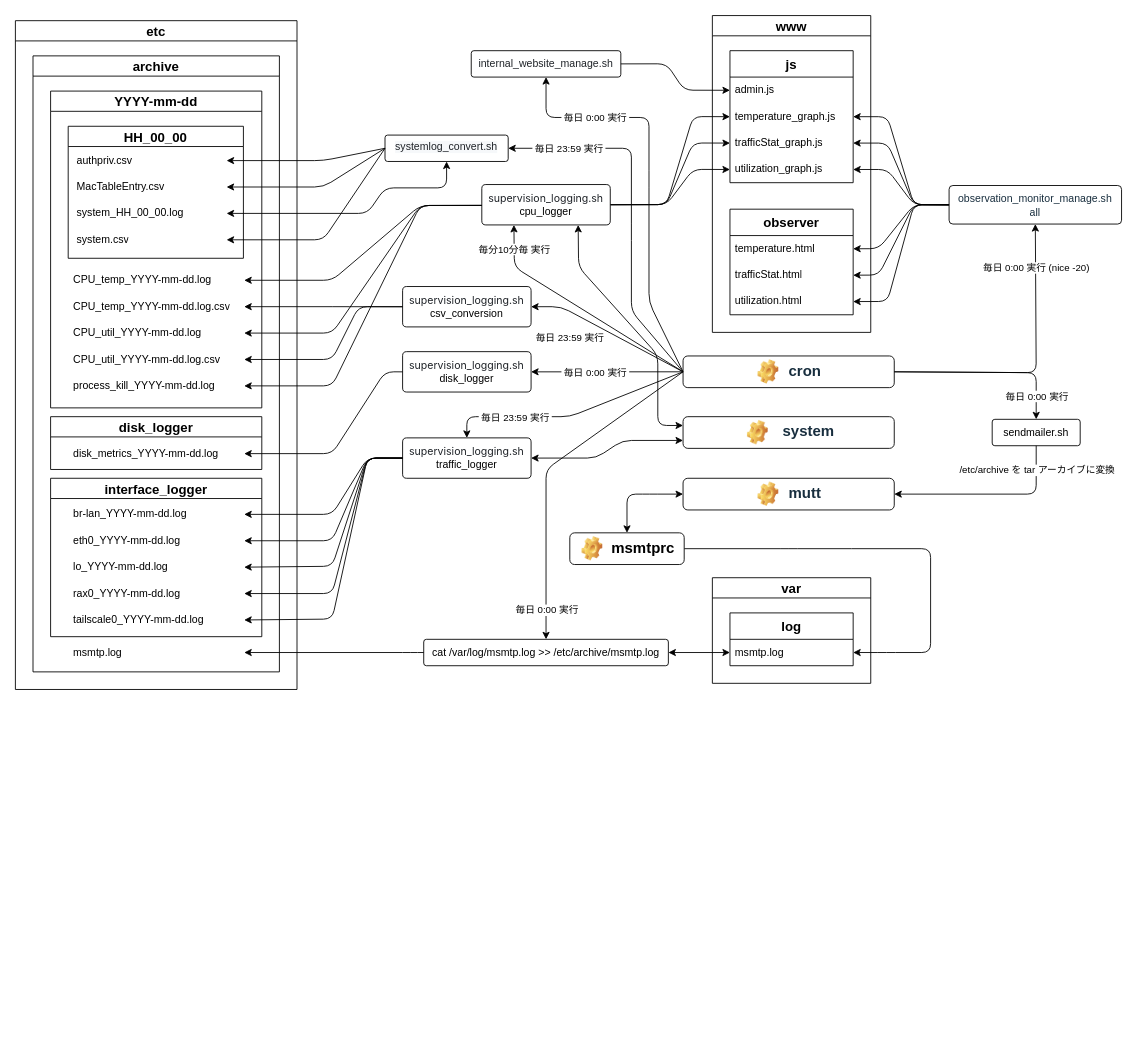
The draw.io diagram ネットワーク構成図/GL-MT3000 cronジョブ実行プロセス.drawio in virtualitypage/draw.io, before the edit. Source tidied: cells renumbered, new cells numbered last; positions are measured from the earlier drawing's top-left corner, leaving out a move shared by most shapes. Both pictures are drawn from the tidied source at 88%, with x=0, y=0 at pixel (15, 15).
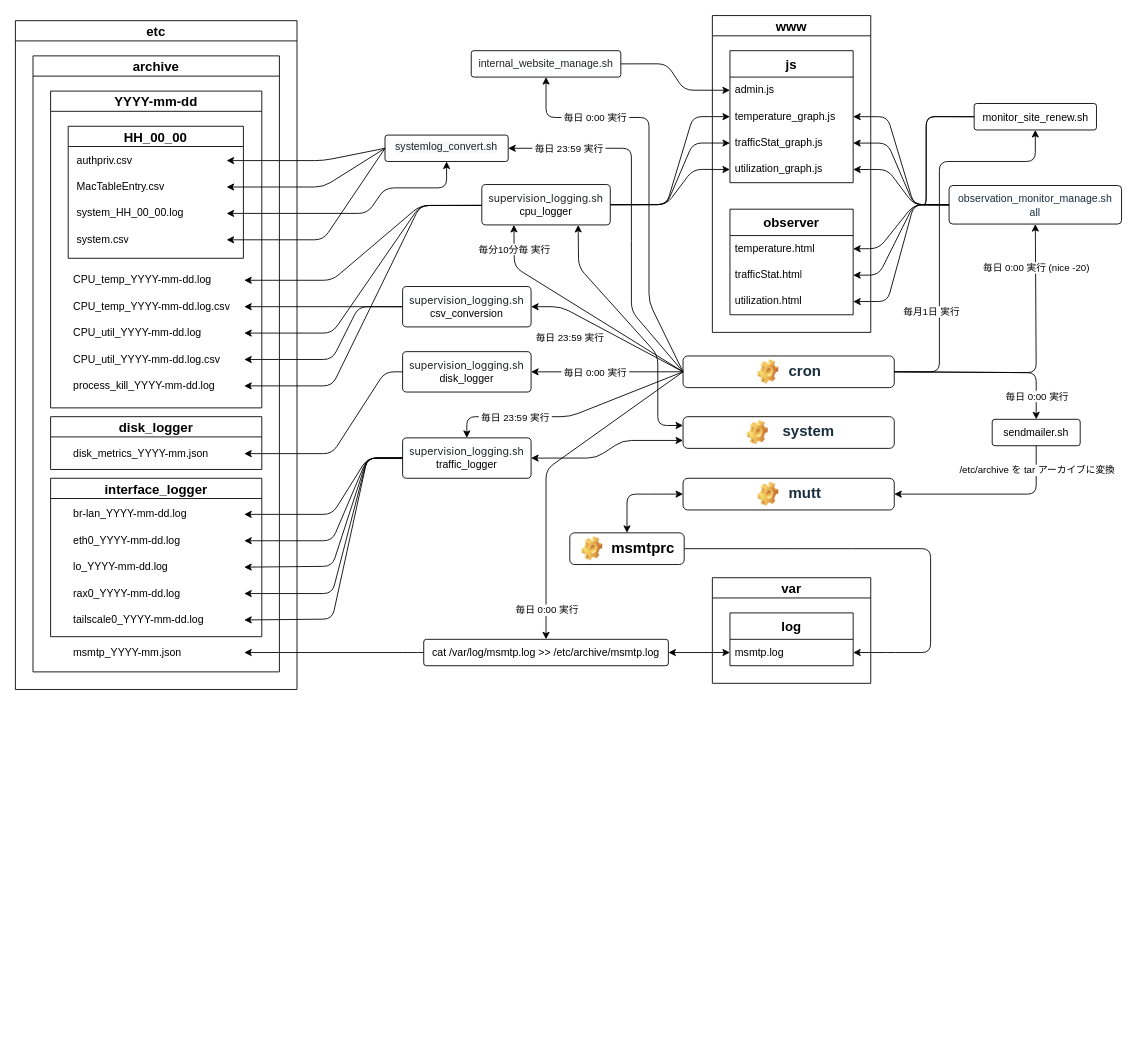
The same diagram, later.

Commit message:
GL-MT3000 cronジョブ実行プロセス.drawio を更新

The change refers to these unchanged cells:
```xml
<mxCell id="24" style="rounded=1;whiteSpace=wrap;html=1;" parent="23" vertex="1">
  <mxGeometry x="-1.3" width="240" height="36" as="geometry" />
</mxCell>
<mxCell id="43" style="group;fillColor=default;" parent="1" vertex="1">
  <mxGeometry y="6" width="320" height="760" as="geometry" />
</mxCell>
```

Change to the diagram source:
```diff
@@
-    <mxCell id="59" value="disk_metrics_YYYY-mm-dd.log" style="text;strokeColor=none;fillColor=none;align=left;verticalAlign=middle;spacingLeft=4;spacingRight=4;overflow=hidden;points=[[0,0.5],[1,0.5]];portConstraint=eastwest;whiteSpace=wrap;html=1;" parent="43" vertex="1">
+    <mxCell id="59" value="disk_metrics_YYYY-mm.json" style="text;strokeColor=none;fillColor=none;align=left;verticalAlign=middle;spacingLeft=4;spacingRight=4;overflow=hidden;points=[[0,0.5],[1,0.5]];portConstraint=eastwest;whiteSpace=wrap;html=1;" parent="43" vertex="1">
       <mxGeometry x="60" y="477" width="200" height="30" as="geometry" />
     </mxCell>
@@
-    <mxCell id="66" value="msmtp.log" style="text;strokeColor=none;fillColor=none;align=left;verticalAlign=middle;spacingLeft=4;spacingRight=4;overflow=hidden;points=[[0,0.5],[1,0.5]];portConstraint=eastwest;whiteSpace=wrap;html=1;" parent="43" vertex="1">
+    <mxCell id="66" value="msmtp_YYYY-mm.json" style="text;strokeColor=none;fillColor=none;align=left;verticalAlign=middle;spacingLeft=4;spacingRight=4;overflow=hidden;points=[[0,0.5],[1,0.5]];portConstraint=eastwest;whiteSpace=wrap;html=1;" parent="43" vertex="1">
       <mxGeometry x="60" y="703" width="200" height="30" as="geometry" />
     </mxCell>
@@
+    <mxCell id="117" value="monitor_site_renew.sh" style="rounded=1;arcSize=10;whiteSpace=wrap;html=1;align=center;spacingBottom=-2;spacingTop=0;fillColor=default;strokeColor=#000000;verticalAlign=middle;horizontal=1;spacing=2;" parent="1" vertex="1">
+      <mxGeometry x="1089.5" y="100.1" width="139" height="30.1" as="geometry" />
+    </mxCell>
+    <mxCell id="118" style="endArrow=classic;html=1;rounded=1;curved=0;entryX=0.5;entryY=1;entryDx=0;entryDy=0;exitX=1;exitY=0.5;exitDx=0;exitDy=0;" parent="1" edge="1" source="24" target="117">
+      <mxGeometry relative="1" as="geometry">
+        <Array as="points">
+          <mxPoint x="1050" y="405" />
+          <mxPoint x="1050" y="166" />
+          <mxPoint x="1159" y="166" />
+        </Array>
+      </mxGeometry>
+    </mxCell>
+    <mxCell id="119" value="毎月1日 実行" style="edgeLabel;html=1;align=center;verticalAlign=middle;" parent="1" vertex="1">
+      <mxGeometry x="1040" y="336" as="geometry" />
+    </mxCell>
+    <mxCell id="120" style="endArrow=none;html=1;rounded=1;curved=0;entryX=0;entryY=0.5;entryDx=0;entryDy=0;startArrow=none;startFill=0;endFill=0;" parent="1" edge="1" target="117">
+      <mxGeometry relative="1" as="geometry">
+        <mxPoint x="1030" y="215" as="sourcePoint" />
+        <Array as="points">
+          <mxPoint x="1035" y="215" />
+          <mxPoint x="1035" y="115" />
+        </Array>
+      </mxGeometry>
+    </mxCell>
+    <mxCell id="121" style="endArrow=none;html=1;rounded=1;curved=0;entryX=0;entryY=0.5;entryDx=0;entryDy=0;startArrow=none;startFill=0;endFill=0;" parent="1" edge="1" target="117">
+      <mxGeometry relative="1" as="geometry">
+        <mxPoint x="1022" y="213" as="sourcePoint" />
+        <Array as="points">
+          <mxPoint x="1027" y="215" />
+          <mxPoint x="1035" y="215" />
+          <mxPoint x="1035" y="115" />
+        </Array>
+      </mxGeometry>
+    </mxCell>
```
